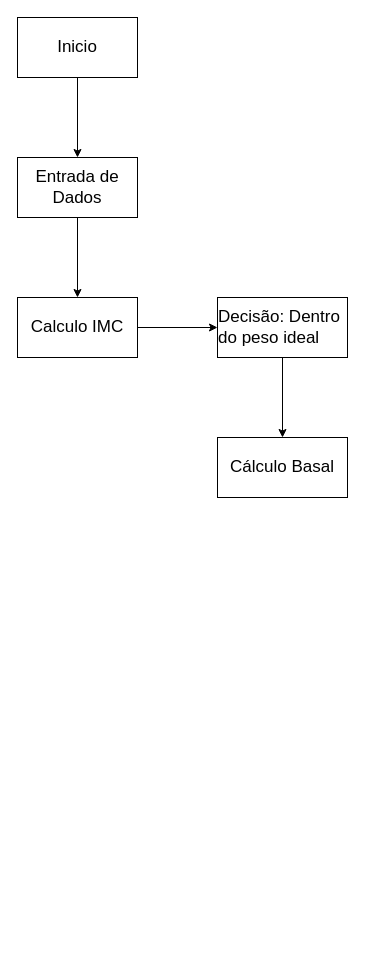
Before: src/components/pages/Diagrama sem nome.drawio in joaopedro-wq/VitalityPLus, a draw.io diagram. Source tidied: cells renumbered, new cells numbered last; positions are measured from the earlier drawing's top-left corner, leaving out a move shared by most shapes. Both pictures are drawn from the tidied source at 100%, with x=0, y=0 at pixel (17, 17).
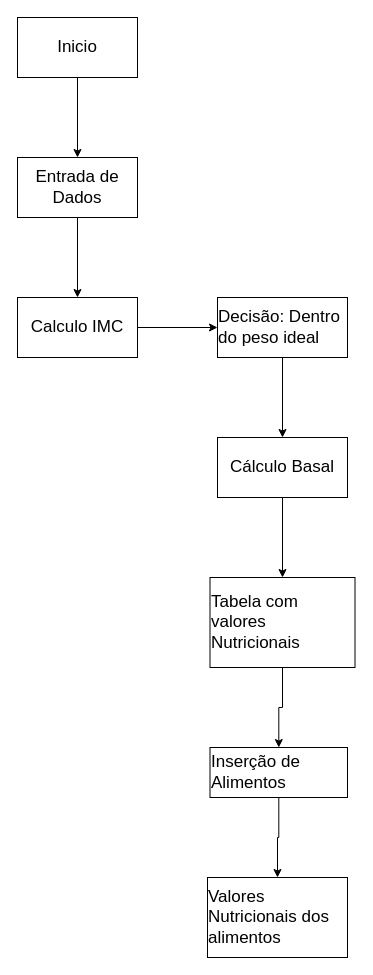
Above is the later version.

Diff of the diagram source:
```diff
@@
 <mxGraphModel>
   <root>
     <mxCell id="0" />
     <mxCell id="1" parent="0" />
     <mxCell id="2" style="edgeStyle=orthogonalEdgeStyle;rounded=0;jettySize=auto;html=1;" parent="1" edge="1" source="3" target="5">
       <mxGeometry relative="1" as="geometry" />
     </mxCell>
     <mxCell id="3" value="&lt;font style=&quot;font-size: 17px;&quot;&gt;Inicio&lt;/font&gt;" style="rounded=0;whiteSpace=wrap;html=1;" parent="1" vertex="1">
       <mxGeometry width="120" height="60" as="geometry" />
     </mxCell>
     <mxCell id="4" style="edgeStyle=orthogonalEdgeStyle;rounded=0;jettySize=auto;html=1;" parent="1" edge="1" source="5" target="7">
       <mxGeometry relative="1" as="geometry" />
     </mxCell>
     <mxCell id="5" value="&lt;font style=&quot;font-size: 17px;&quot;&gt;Entrada de Dados &lt;/font&gt;" style="rounded=0;whiteSpace=wrap;html=1;" parent="1" vertex="1">
       <mxGeometry y="140" width="120" height="60" as="geometry" />
     </mxCell>
     <mxCell id="6" style="edgeStyle=orthogonalEdgeStyle;rounded=0;jettySize=auto;html=1;" parent="1" edge="1" source="7" target="9">
       <mxGeometry relative="1" as="geometry" />
     </mxCell>
     <mxCell id="7" value="&lt;font style=&quot;font-size: 17px;&quot;&gt;Calculo IMC&lt;/font&gt;" style="rounded=0;whiteSpace=wrap;html=1;" parent="1" vertex="1">
       <mxGeometry y="280" width="120" height="60" as="geometry" />
     </mxCell>
     <mxCell id="8" style="edgeStyle=orthogonalEdgeStyle;rounded=0;jettySize=auto;html=1;" parent="1" edge="1" source="9" target="10">
       <mxGeometry relative="1" as="geometry" />
     </mxCell>
     <mxCell id="9" value="&lt;div style=&quot;text-align: left;&quot;&gt;&lt;span style=&quot;background-color: initial;&quot;&gt;&lt;font style=&quot;font-size: 17px;&quot;&gt;Decisão: Dentro do peso ideal&lt;/font&gt;&lt;/span&gt;&lt;/div&gt;" style="rounded=0;whiteSpace=wrap;html=1;" parent="1" vertex="1">
       <mxGeometry x="200" y="280" width="130" height="60" as="geometry" />
     </mxCell>
+    <mxCell id="11" style="edgeStyle=orthogonalEdgeStyle;rounded=0;jettySize=auto;html=1;" parent="1" edge="1" source="10" target="13">
+      <mxGeometry relative="1" as="geometry" />
+    </mxCell>
     <mxCell id="10" value="&lt;div style=&quot;text-align: left;&quot;&gt;&lt;font style=&quot;font-size: 17px;&quot;&gt;Cálculo Basal&lt;/font&gt;&lt;br&gt;&lt;/div&gt;" style="rounded=0;whiteSpace=wrap;html=1;" parent="1" vertex="1">
       <mxGeometry x="200" y="420" width="130" height="60" as="geometry" />
     </mxCell>
+    <mxCell id="12" style="edgeStyle=orthogonalEdgeStyle;rounded=0;jettySize=auto;html=1;" parent="1" edge="1" source="13" target="15">
+      <mxGeometry relative="1" as="geometry" />
+    </mxCell>
+    <mxCell id="13" value="&lt;div style=&quot;text-align: left;&quot;&gt;&lt;font style=&quot;font-size: 17px;&quot;&gt;Tabela com valores Nutricionais&lt;/font&gt;&lt;br&gt;&lt;/div&gt;" style="rounded=0;whiteSpace=wrap;html=1;" parent="1" vertex="1">
+      <mxGeometry x="192.5" y="560" width="145" height="90" as="geometry" />
+    </mxCell>
+    <mxCell id="14" style="edgeStyle=orthogonalEdgeStyle;rounded=0;jettySize=auto;html=1;" parent="1" edge="1" source="15" target="16">
+      <mxGeometry relative="1" as="geometry" />
+    </mxCell>
+    <mxCell id="15" value="&lt;div style=&quot;text-align: left;&quot;&gt;&lt;font style=&quot;font-size: 17px;&quot;&gt;Inserção de Alimentos&lt;/font&gt;&lt;br&gt;&lt;/div&gt;" style="rounded=0;whiteSpace=wrap;html=1;" parent="1" vertex="1">
+      <mxGeometry x="192.5" y="730" width="137.5" height="50" as="geometry" />
+    </mxCell>
+    <mxCell id="16" value="&lt;div style=&quot;text-align: left;&quot;&gt;&lt;font style=&quot;font-size: 17px;&quot;&gt;Valores Nutricionais dos alimentos&lt;/font&gt;&lt;br&gt;&lt;/div&gt;" style="rounded=0;whiteSpace=wrap;html=1;" parent="1" vertex="1">
+      <mxGeometry x="190" y="860" width="140" height="80" as="geometry" />
+    </mxCell>
   </root>
 </mxGraphModel>
```
